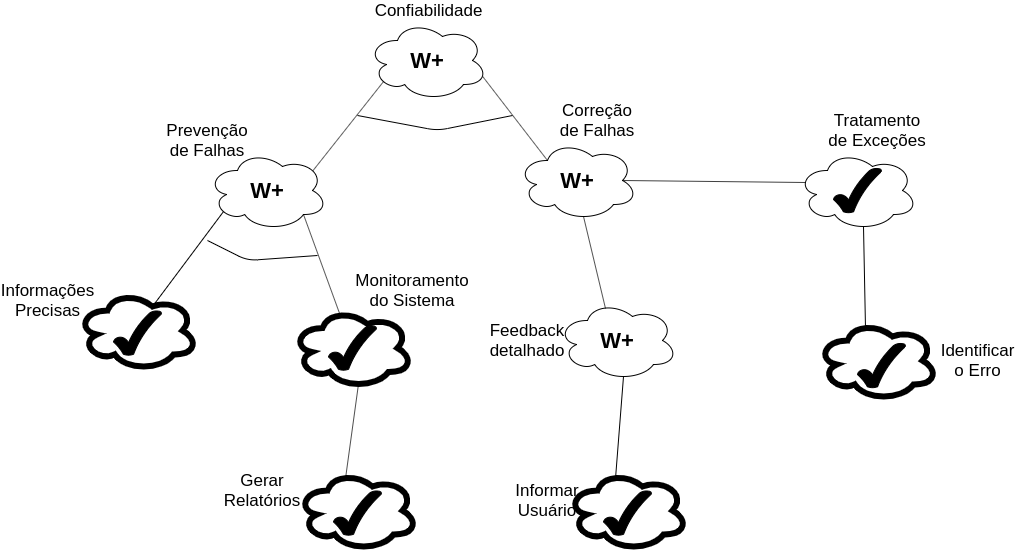
Earlier version of the draw.io export docs/img/Confiabilidade.png (Requisitos-de-Software/2019.2-Audible). Source tidied: cells renumbered, new cells last; positions are measured from the earlier drawing's top-left corner, leaving out a move shared by most shapes.
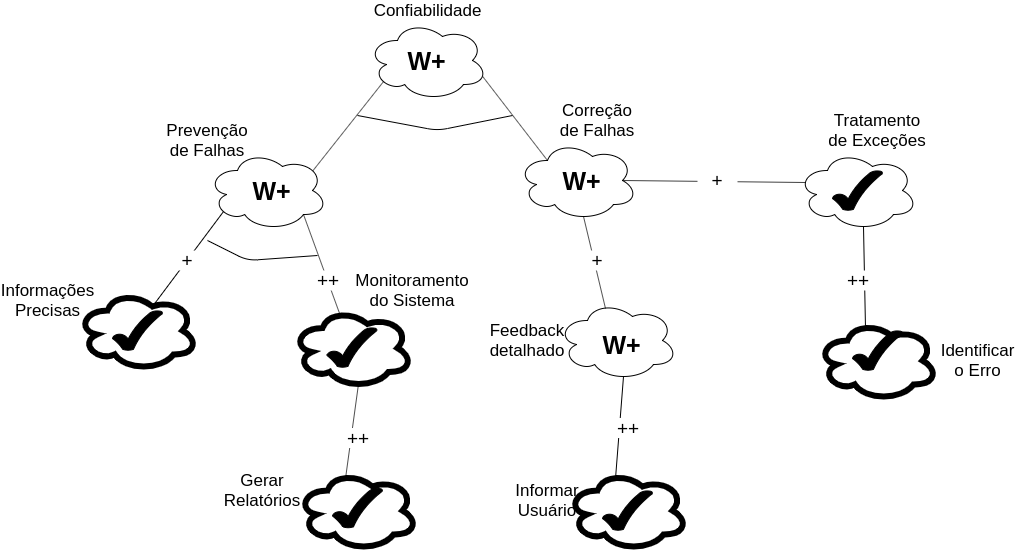
The same file after the commit.

Change to the diagram source:
```diff
@@ -107,35 +107,56 @@
         </Array>
       </mxGeometry>
     </mxCell>
-    <mxCell id="33" style="verticalLabelPosition=bottom;verticalAlign=top;html=1;shape=mxgraph.basic.tick;fontSize=17;fillColor=#000000;" parent="1" vertex="1">
-      <mxGeometry x="306" y="490" width="48" height="45" as="geometry" />
-    </mxCell>
-    <mxCell id="34" style="verticalLabelPosition=bottom;verticalAlign=top;html=1;shape=mxgraph.basic.tick;fontSize=17;fillColor=#000000;" parent="1" vertex="1">
-      <mxGeometry x="806" y="167.5" width="48" height="45" as="geometry" />
-    </mxCell>
-    <mxCell id="35" style="verticalLabelPosition=bottom;verticalAlign=top;html=1;shape=mxgraph.basic.tick;fontSize=17;fillColor=#000000;" parent="1" vertex="1">
-      <mxGeometry x="576" y="490" width="48" height="45" as="geometry" />
-    </mxCell>
-    <mxCell id="36" style="verticalLabelPosition=bottom;verticalAlign=top;html=1;shape=mxgraph.basic.tick;fontSize=17;fillColor=#000000;" parent="1" vertex="1">
-      <mxGeometry x="86" y="310" width="48" height="45" as="geometry" />
-    </mxCell>
-    <mxCell id="37" style="verticalLabelPosition=bottom;verticalAlign=top;html=1;shape=mxgraph.basic.tick;fontSize=17;fillColor=#000000;" parent="1" vertex="1">
-      <mxGeometry x="301" y="325" width="48" height="45" as="geometry" />
-    </mxCell>
-    <mxCell id="38" value="W+" style="text;html=1;strokeColor=none;fillColor=none;align=center;verticalAlign=middle;whiteSpace=wrap;rounded=0;fontSize=22;fontStyle=1;" parent="1" vertex="1">
-      <mxGeometry x="570" y="330" width="40" height="20" as="geometry" />
-    </mxCell>
-    <mxCell id="39" value="W+" style="text;html=1;strokeColor=none;fillColor=none;align=center;verticalAlign=middle;whiteSpace=wrap;rounded=0;fontSize=22;fontStyle=1;" parent="1" vertex="1">
-      <mxGeometry x="220" y="180" width="40" height="20" as="geometry" />
-    </mxCell>
-    <mxCell id="40" value="W+" style="text;html=1;strokeColor=none;fillColor=none;align=center;verticalAlign=middle;whiteSpace=wrap;rounded=0;fontSize=22;fontStyle=1;" parent="1" vertex="1">
-      <mxGeometry x="530" y="170" width="40" height="20" as="geometry" />
-    </mxCell>
-    <mxCell id="41" value="W+" style="text;html=1;strokeColor=none;fillColor=none;align=center;verticalAlign=middle;whiteSpace=wrap;rounded=0;fontSize=22;fontStyle=1;" parent="1" vertex="1">
-      <mxGeometry x="380" y="50" width="40" height="20" as="geometry" />
-    </mxCell>
-    <mxCell id="42" style="verticalLabelPosition=bottom;verticalAlign=top;html=1;shape=mxgraph.basic.tick;fontSize=17;fillColor=#000000;" parent="1" vertex="1">
-      <mxGeometry x="830" y="342.5" width="48" height="45" as="geometry" />
-    </mxCell>
+    <mxCell id="43" value="++" style="text;html=1;strokeColor=none;fillColor=#ffffff;align=center;verticalAlign=middle;whiteSpace=wrap;rounded=0;fontSize=19;" parent="1" vertex="1">
+      <mxGeometry x="810" y="270" width="40" height="20" as="geometry" />
+    </mxCell>
+    <mxCell id="44" value="+" style="text;html=1;strokeColor=none;fillColor=#ffffff;align=center;verticalAlign=middle;whiteSpace=wrap;rounded=0;fontSize=19;" parent="1" vertex="1">
+      <mxGeometry x="670" y="170" width="40" height="20" as="geometry" />
+    </mxCell>
+    <mxCell id="45" value="+" style="text;html=1;strokeColor=none;fillColor=#ffffff;align=center;verticalAlign=middle;whiteSpace=wrap;rounded=0;fontSize=19;" parent="1" vertex="1">
+      <mxGeometry x="550" y="250" width="40" height="20" as="geometry" />
+    </mxCell>
+    <mxCell id="46" value="++" style="text;html=1;strokeColor=none;fillColor=#ffffff;align=center;verticalAlign=middle;whiteSpace=wrap;rounded=0;fontSize=19;" parent="1" vertex="1">
+      <mxGeometry x="580" y="417.5" width="40" height="20" as="geometry" />
+    </mxCell>
+    <mxCell id="47" value="++" style="text;html=1;strokeColor=none;fillColor=#ffffff;align=center;verticalAlign=middle;whiteSpace=wrap;rounded=0;fontSize=19;" parent="1" vertex="1">
+      <mxGeometry x="280" y="270" width="40" height="20" as="geometry" />
+    </mxCell>
+    <mxCell id="48" value="++" style="text;html=1;strokeColor=none;fillColor=#ffffff;align=center;verticalAlign=middle;whiteSpace=wrap;rounded=0;fontSize=19;" parent="1" vertex="1">
+      <mxGeometry x="310" y="427.5" width="40" height="20" as="geometry" />
+    </mxCell>
+    <mxCell id="49" value="+" style="text;html=1;strokeColor=none;fillColor=#ffffff;align=center;verticalAlign=middle;whiteSpace=wrap;rounded=0;fontSize=19;" parent="1" vertex="1">
+      <mxGeometry x="140" y="250" width="40" height="20" as="geometry" />
+    </mxCell>
+    <mxCell id="50" style="verticalLabelPosition=bottom;verticalAlign=top;html=1;shape=mxgraph.basic.tick;fillColor=#000000;fontSize=19;" parent="1" vertex="1">
+      <mxGeometry x="805" y="170" width="50" height="40" as="geometry" />
+    </mxCell>
+    <mxCell id="51" style="verticalLabelPosition=bottom;verticalAlign=top;html=1;shape=mxgraph.basic.tick;fillColor=#000000;fontSize=19;" parent="1" vertex="1">
+      <mxGeometry x="825" y="330" width="50" height="40" as="geometry" />
+    </mxCell>
+    <mxCell id="52" style="verticalLabelPosition=bottom;verticalAlign=top;html=1;shape=mxgraph.basic.tick;fillColor=#000000;fontSize=19;" parent="1" vertex="1">
+      <mxGeometry x="575" y="490" width="50" height="40" as="geometry" />
+    </mxCell>
+    <mxCell id="53" style="verticalLabelPosition=bottom;verticalAlign=top;html=1;shape=mxgraph.basic.tick;fillColor=#000000;fontSize=19;" parent="1" vertex="1">
+      <mxGeometry x="85" y="310" width="50" height="40" as="geometry" />
+    </mxCell>
+    <mxCell id="54" style="verticalLabelPosition=bottom;verticalAlign=top;html=1;shape=mxgraph.basic.tick;fillColor=#000000;fontSize=19;" parent="1" vertex="1">
+      <mxGeometry x="299.5" y="327" width="50" height="40" as="geometry" />
+    </mxCell>
+    <mxCell id="55" style="verticalLabelPosition=bottom;verticalAlign=top;html=1;shape=mxgraph.basic.tick;fillColor=#000000;fontSize=19;" parent="1" vertex="1">
+      <mxGeometry x="305" y="487.5" width="50" height="40" as="geometry" />
+    </mxCell>
+    <mxCell id="56" value="W+" style="text;html=1;strokeColor=none;fillColor=none;align=center;verticalAlign=middle;whiteSpace=wrap;rounded=0;fontSize=25;fontStyle=1;" parent="1" vertex="1">
+      <mxGeometry x="380" y="50" width="40" height="20" as="geometry" />
+    </mxCell>
+    <mxCell id="57" value="W+" style="text;html=1;strokeColor=none;fillColor=none;align=center;verticalAlign=middle;whiteSpace=wrap;rounded=0;fontSize=25;fontStyle=1;" parent="1" vertex="1">
+      <mxGeometry x="225" y="180" width="40" height="20" as="geometry" />
+    </mxCell>
+    <mxCell id="58" value="W+" style="text;html=1;strokeColor=none;fillColor=none;align=center;verticalAlign=middle;whiteSpace=wrap;rounded=0;fontSize=25;fontStyle=1;" parent="1" vertex="1">
+      <mxGeometry x="535" y="170" width="40" height="20" as="geometry" />
+    </mxCell>
+    <mxCell id="59" value="W+" style="text;html=1;strokeColor=none;fillColor=none;align=center;verticalAlign=middle;whiteSpace=wrap;rounded=0;fontSize=25;fontStyle=1;" parent="1" vertex="1">
+      <mxGeometry x="575" y="334" width="40" height="20" as="geometry" />
+    </mxCell>
   </root>
 </mxGraphModel>
```
